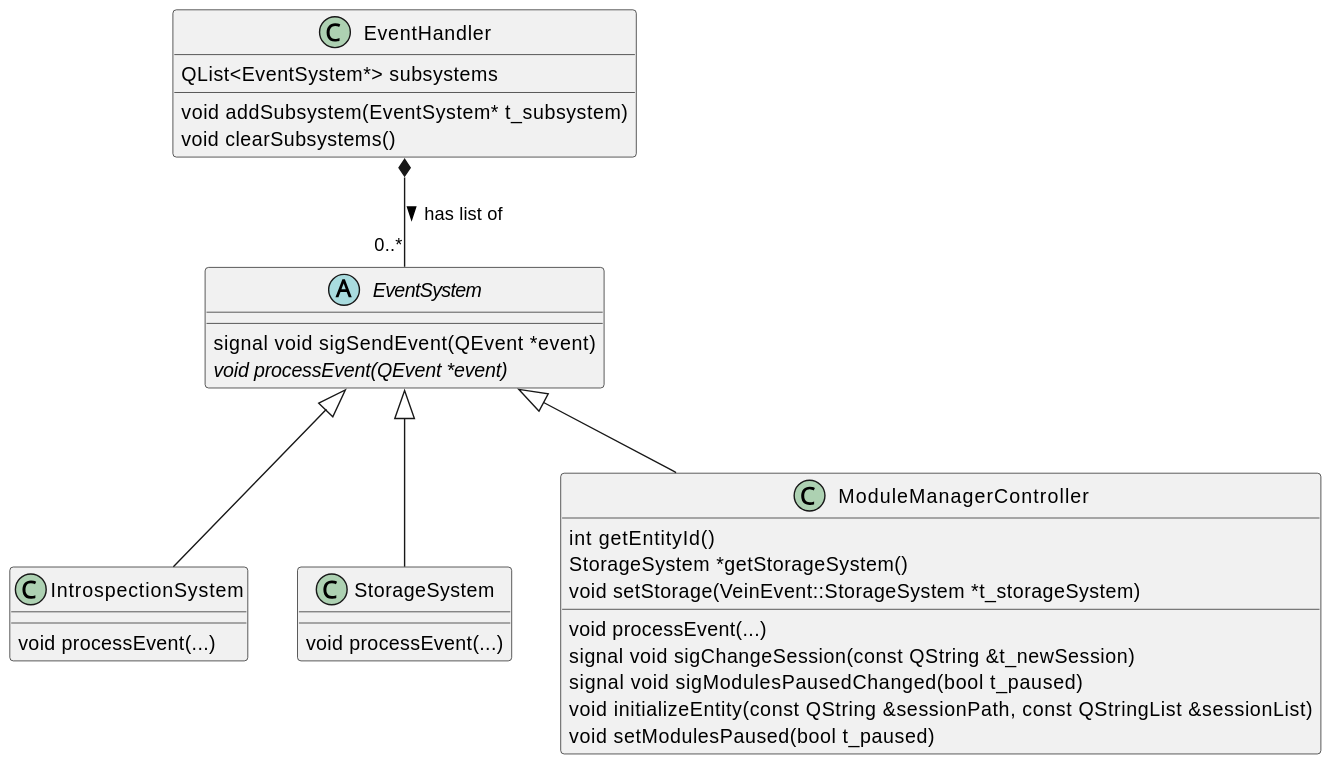
This is framework/doc/class-diagram-event-systems.svg from ZeraGmbH/vein-framework, a PlantUML export, as it was before one commit. Source of this version:
```plantuml
@startuml
class EventHandler {
    QList<EventSystem*> subsystems
    void addSubsystem(EventSystem* t_subsystem)
    void clearSubsystems()
}

abstract class EventSystem {
    signal void sigSendEvent(QEvent *event)
    {abstract} void processEvent(QEvent *event)
}

class IntrospectionSystem {
    void processEvent(...)
}

class StorageSystem {
    void processEvent(...)
}

class ModuleManagerController {
    {field} int getEntityId()
    {field} StorageSystem *getStorageSystem()
    {field}void setStorage(VeinEvent::StorageSystem *t_storageSystem)

    void processEvent(...)
    signal void sigChangeSession(const QString &t_newSession)
    signal void sigModulesPausedChanged(bool t_paused)
    void initializeEntity(const QString &sessionPath, const QStringList &sessionList)
    void setModulesPaused(bool t_paused)
}

EventHandler *-- "0..*" EventSystem : has list of >


EventSystem <|-- IntrospectionSystem
EventSystem <|-- StorageSystem
EventSystem <|-- ModuleManagerController
@enduml
```
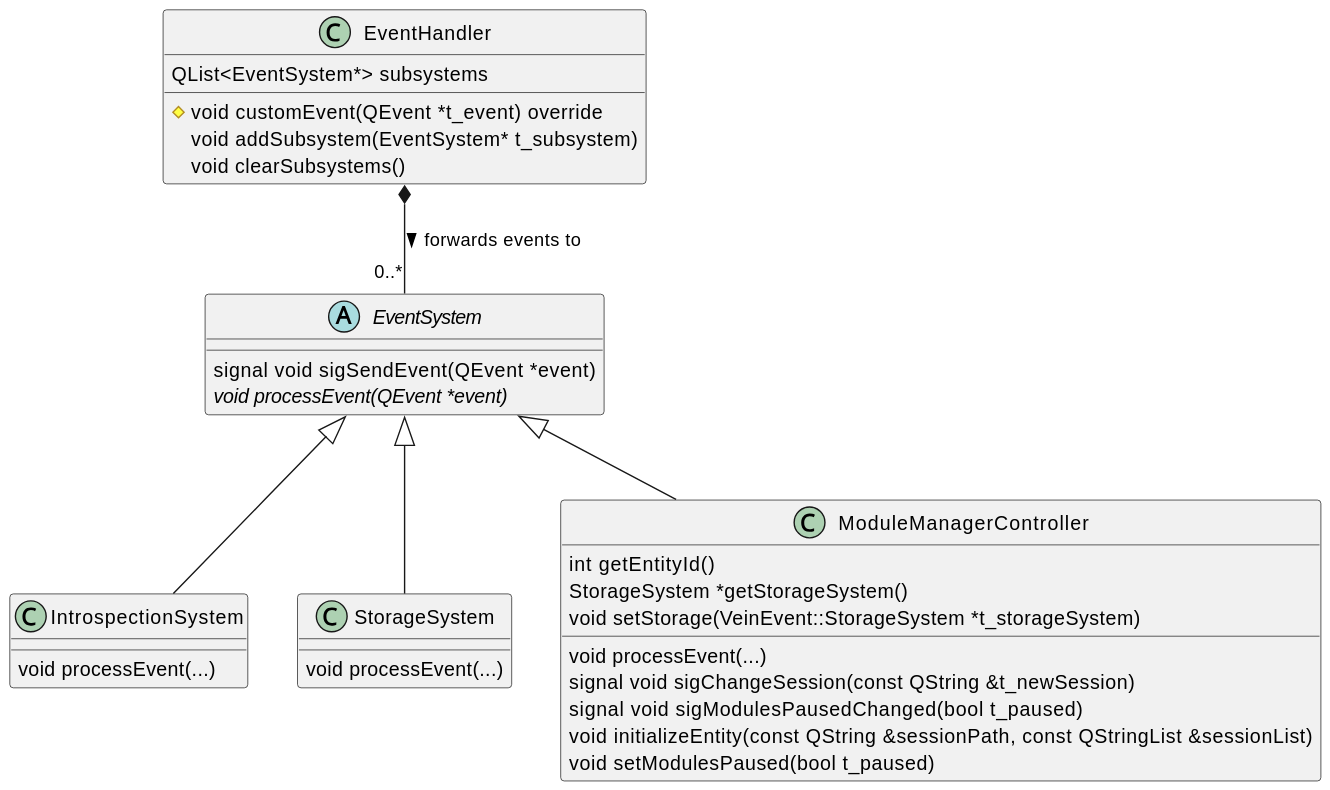
Above is the later version.

What changed in the source:
```diff
@@ -1,6 +1,7 @@
 @startuml
 class EventHandler {
     QList<EventSystem*> subsystems
+    #void customEvent(QEvent *t_event) override
     void addSubsystem(EventSystem* t_subsystem)
     void clearSubsystems()
 }
@@ -30,7 +31,7 @@
     void setModulesPaused(bool t_paused)
 }
 
-EventHandler *-- "0..*" EventSystem : has list of >
+EventHandler *-- "0..*" EventSystem : forwards events to >
 
 
 EventSystem <|-- IntrospectionSystem
```
